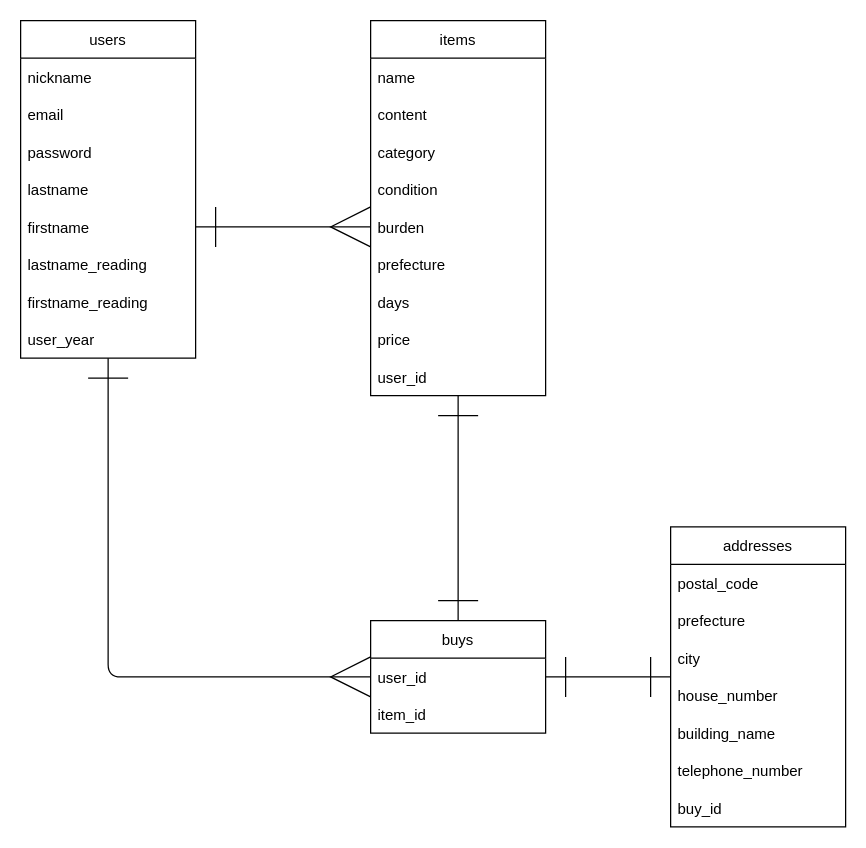
shinjimjim/furima-37570 keeps this draw.io diagram as ER.dio. Above is the earlier version. Source tidied: cells renumbered, new cells numbered last; positions are measured from the earlier drawing's top-left corner, leaving out a move shared by most shapes. Both pictures are drawn from the tidied source at 125%, with x=0, y=0 at pixel (20, 20).
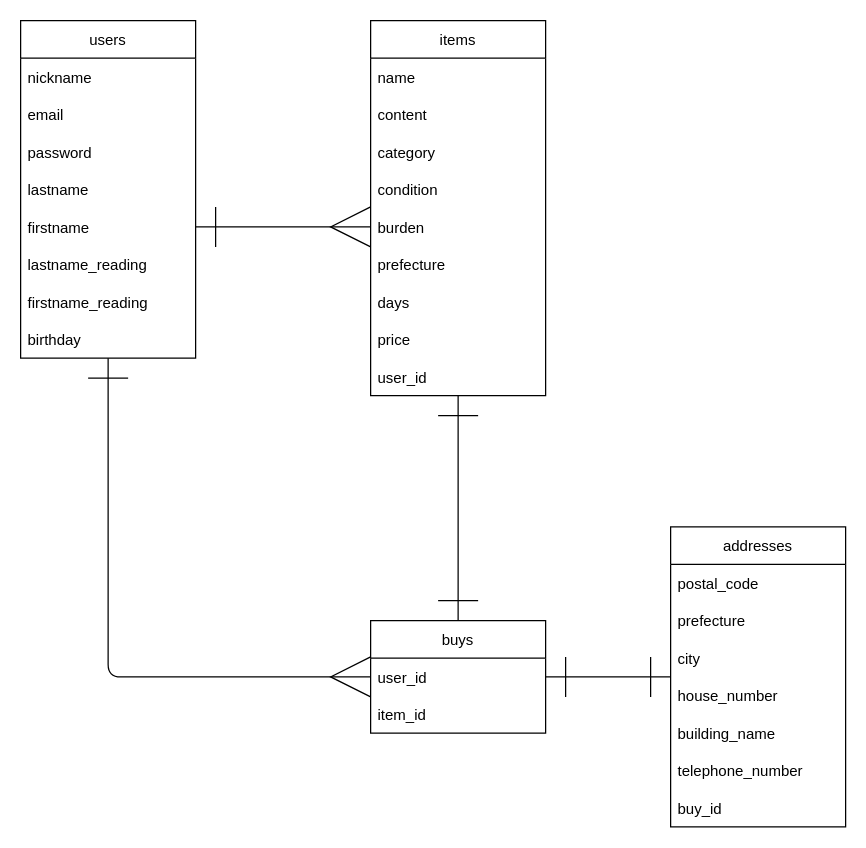
Above is the later version.

Commit message:
ER図とREADMEの記述(修正2)

Unchanged cells that the change refers to:
```xml
<mxCell id="3" value="users" style="swimlane;fontStyle=0;horizontal=1;startSize=30;" parent="1" vertex="1">
  <mxGeometry width="140" height="270" as="geometry" />
</mxCell>
```

Diff of the diagram source:
```diff
@@
-    <mxCell id="11" value="user_year" style="text;strokeColor=none;fillColor=none;align=left;verticalAlign=middle;spacingLeft=4;spacingRight=4;overflow=hidden;" parent="3" vertex="1">
+    <mxCell id="11" value="birthday" style="text;strokeColor=none;fillColor=none;align=left;verticalAlign=middle;spacingLeft=4;spacingRight=4;overflow=hidden;" parent="3" vertex="1">
       <mxGeometry y="240" width="140" height="30" as="geometry" />
     </mxCell>
```
